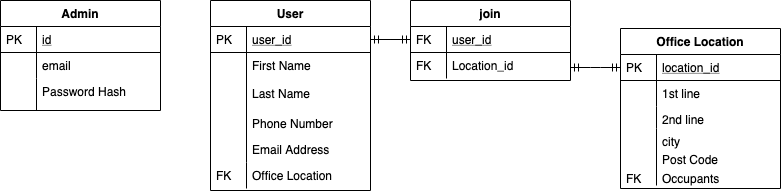
stevenj2019/QA_Flask_Project keeps this draw.io diagram as Documentation_rss/New_ERD.png. Above is the earlier version. Source tidied: cells renumbered, new cells last; positions are measured from the earlier drawing's top-left corner, leaving out a move shared by most shapes.
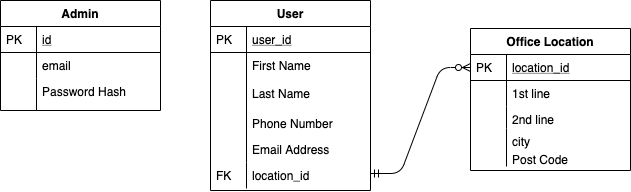
The same file after the commit.

What changed in the source:
```diff
@@ -20,7 +20,7 @@
     <mxCell id="7" style="shape=partialRectangle;top=0;left=0;bottom=0;fillColor=none;align=left;verticalAlign=top;spacingLeft=4;spacingRight=4;overflow=hidden;" parent="6" vertex="1">
       <mxGeometry width="36" height="26" as="geometry" />
     </mxCell>
-    <mxCell id="8" value="Office Location" style="shape=partialRectangle;top=0;left=0;right=0;bottom=0;align=left;verticalAlign=top;fillColor=none;spacingLeft=40;spacingRight=4;overflow=hidden;rounded=0;shadow=0;strokeWidth=1;" parent="1" vertex="1">
+    <mxCell id="8" value="location_id" style="shape=partialRectangle;top=0;left=0;right=0;bottom=0;align=left;verticalAlign=top;fillColor=none;spacingLeft=40;spacingRight=4;overflow=hidden;rounded=0;shadow=0;strokeWidth=1;" parent="1" vertex="1">
       <mxGeometry x="210" y="162" width="160" height="26" as="geometry" />
     </mxCell>
     <mxCell id="9" value="FK" style="shape=partialRectangle;top=0;left=0;bottom=0;fillColor=none;align=left;verticalAlign=top;spacingLeft=4;spacingRight=4;overflow=hidden;" parent="8" vertex="1">
@@ -47,21 +47,6 @@
     <mxCell id="16" style="shape=partialRectangle;top=0;left=0;bottom=0;fillColor=none;align=left;verticalAlign=top;spacingLeft=4;spacingRight=4;overflow=hidden;" parent="15" vertex="1">
       <mxGeometry width="36" height="32" as="geometry" />
     </mxCell>
-    <mxCell id="17" value="join" style="swimlane;fontStyle=1;horizontal=1;startSize=26;rounded=0;shadow=0;strokeWidth=1;" parent="1" vertex="1">
-      <mxGeometry x="410" width="160" height="80" as="geometry" />
-    </mxCell>
-    <mxCell id="18" value="user_id" style="shape=partialRectangle;top=0;left=0;right=0;bottom=1;align=left;verticalAlign=top;fillColor=none;spacingLeft=40;spacingRight=4;overflow=hidden;points=[[0,0.5],[1,0.5]];portConstraint=eastwest;rounded=0;shadow=0;strokeWidth=1;fontStyle=4;" parent="17" vertex="1">
-      <mxGeometry y="26" width="160" height="26" as="geometry" />
-    </mxCell>
-    <mxCell id="19" value="FK" style="shape=partialRectangle;top=0;left=0;bottom=0;fillColor=none;align=left;verticalAlign=top;spacingLeft=4;spacingRight=4;overflow=hidden;" parent="18" vertex="1">
-      <mxGeometry width="36" height="26" as="geometry" />
-    </mxCell>
-    <mxCell id="20" value="Location_id" style="shape=partialRectangle;top=0;left=0;right=0;bottom=0;align=left;verticalAlign=top;fillColor=none;spacingLeft=40;spacingRight=4;overflow=hidden;rounded=0;shadow=0;strokeWidth=1;" parent="17" vertex="1">
-      <mxGeometry y="52" width="160" height="26" as="geometry" />
-    </mxCell>
-    <mxCell id="21" value="FK" style="shape=partialRectangle;top=0;left=0;bottom=0;fillColor=none;align=left;verticalAlign=top;spacingLeft=4;spacingRight=4;overflow=hidden;" parent="20" vertex="1">
-      <mxGeometry width="36" height="26" as="geometry" />
-    </mxCell>
     <mxCell id="22" value="User" style="swimlane;fontStyle=1;horizontal=1;startSize=26;rounded=0;shadow=0;strokeWidth=1;" parent="1" vertex="1">
       <mxGeometry x="210" width="160" height="190" as="geometry" />
     </mxCell>
@@ -78,29 +63,13 @@
       <mxGeometry width="36" height="88" as="geometry" />
     </mxCell>
     <mxCell id="27" value="Post Code" style="shape=partialRectangle;top=0;left=0;right=0;bottom=0;align=left;verticalAlign=top;fillColor=none;spacingLeft=40;spacingRight=4;overflow=hidden;rounded=0;shadow=0;strokeWidth=1;" parent="1" vertex="1">
-      <mxGeometry x="620" y="146" width="160" height="20" as="geometry" />
+      <mxGeometry x="470" y="146" width="160" height="20" as="geometry" />
     </mxCell>
     <mxCell id="28" style="shape=partialRectangle;top=0;left=0;bottom=0;fillColor=none;align=left;verticalAlign=top;spacingLeft=4;spacingRight=4;overflow=hidden;" parent="27" vertex="1">
       <mxGeometry width="36" height="20" as="geometry" />
     </mxCell>
-    <mxCell id="29" value="Occupants" style="shape=partialRectangle;top=0;left=0;right=0;bottom=0;align=left;verticalAlign=top;fillColor=none;spacingLeft=40;spacingRight=4;overflow=hidden;rounded=0;shadow=0;strokeWidth=1;" parent="1" vertex="1">
-      <mxGeometry x="620" y="165" width="160" height="20" as="geometry" />
-    </mxCell>
-    <mxCell id="30" value="FK" style="shape=partialRectangle;top=0;left=0;bottom=0;fillColor=none;align=left;verticalAlign=top;spacingLeft=4;spacingRight=4;overflow=hidden;" parent="29" vertex="1">
-      <mxGeometry width="36" height="20" as="geometry" />
-    </mxCell>
-    <mxCell id="31" style="edgeStyle=entityRelationEdgeStyle;fontSize=12;html=1;endArrow=ERmandOne;startArrow=ERmandOne;entryX=0;entryY=0.5;entryDx=0;entryDy=0;" parent="1" edge="1" target="18">
-      <mxGeometry relative="1" as="geometry">
-        <mxPoint x="370" y="39" as="sourcePoint" />
-      </mxGeometry>
-    </mxCell>
-    <mxCell id="32" style="edgeStyle=entityRelationEdgeStyle;fontSize=12;html=1;endArrow=ERmandOne;startArrow=ERmandOne;entryX=0;entryY=0.5;entryDx=0;entryDy=0;" parent="1" edge="1" target="34">
-      <mxGeometry relative="1" as="geometry">
-        <mxPoint x="570" y="67" as="sourcePoint" />
-      </mxGeometry>
-    </mxCell>
     <mxCell id="33" value="Office Location" style="swimlane;fontStyle=1;horizontal=1;startSize=26;rounded=0;shadow=0;strokeWidth=1;" parent="1" vertex="1">
-      <mxGeometry x="620" y="28" width="160" height="160" as="geometry" />
+      <mxGeometry x="470" y="28" width="160" height="142" as="geometry" />
     </mxCell>
     <mxCell id="34" value="location_id" style="shape=partialRectangle;top=0;left=0;right=0;bottom=1;align=left;verticalAlign=top;fillColor=none;spacingLeft=40;spacingRight=4;overflow=hidden;points=[[0,0.5],[1,0.5]];portConstraint=eastwest;rounded=0;shadow=0;strokeWidth=1;fontStyle=4;" parent="33" vertex="1">
       <mxGeometry y="26" width="160" height="26" as="geometry" />
@@ -126,5 +95,10 @@
     <mxCell id="41" style="shape=partialRectangle;top=0;left=0;bottom=0;fillColor=none;align=left;verticalAlign=top;spacingLeft=4;spacingRight=4;overflow=hidden;" parent="40" vertex="1">
       <mxGeometry width="36" height="20" as="geometry" />
     </mxCell>
+    <mxCell id="42" style="edgeStyle=entityRelationEdgeStyle;fontSize=12;html=1;endArrow=ERzeroToMany;startArrow=ERmandOne;" parent="1" edge="1" target="34">
+      <mxGeometry relative="1" as="geometry">
+        <mxPoint x="370" y="173" as="sourcePoint" />
+      </mxGeometry>
+    </mxCell>
   </root>
 </mxGraphModel>
```
